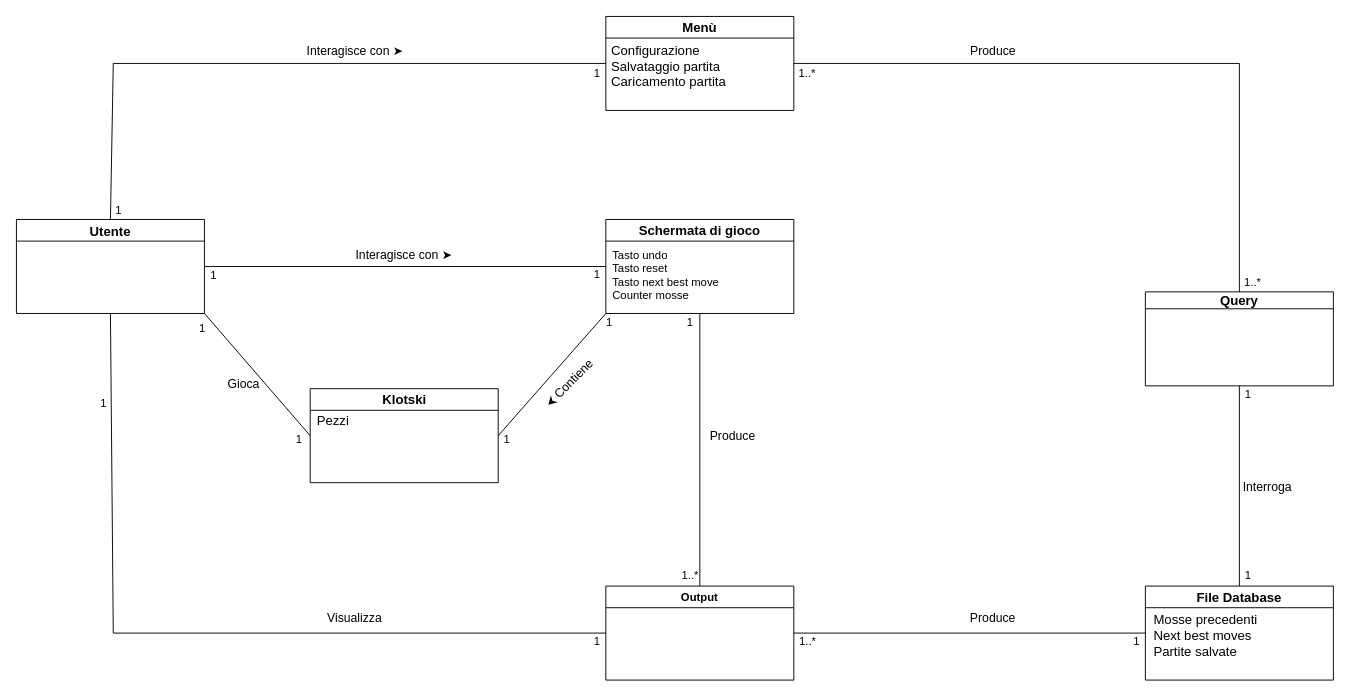
This is Domain Model.drawio from trikkeballakke/Test, a draw.io file, before an edit. Source tidied: cells renumbered, new cells numbered last; positions are measured from the earlier drawing's top-left corner, leaving out a move shared by most shapes. Both pictures are drawn from the tidied source at 94%, with x=0, y=0 at pixel (16, 16).
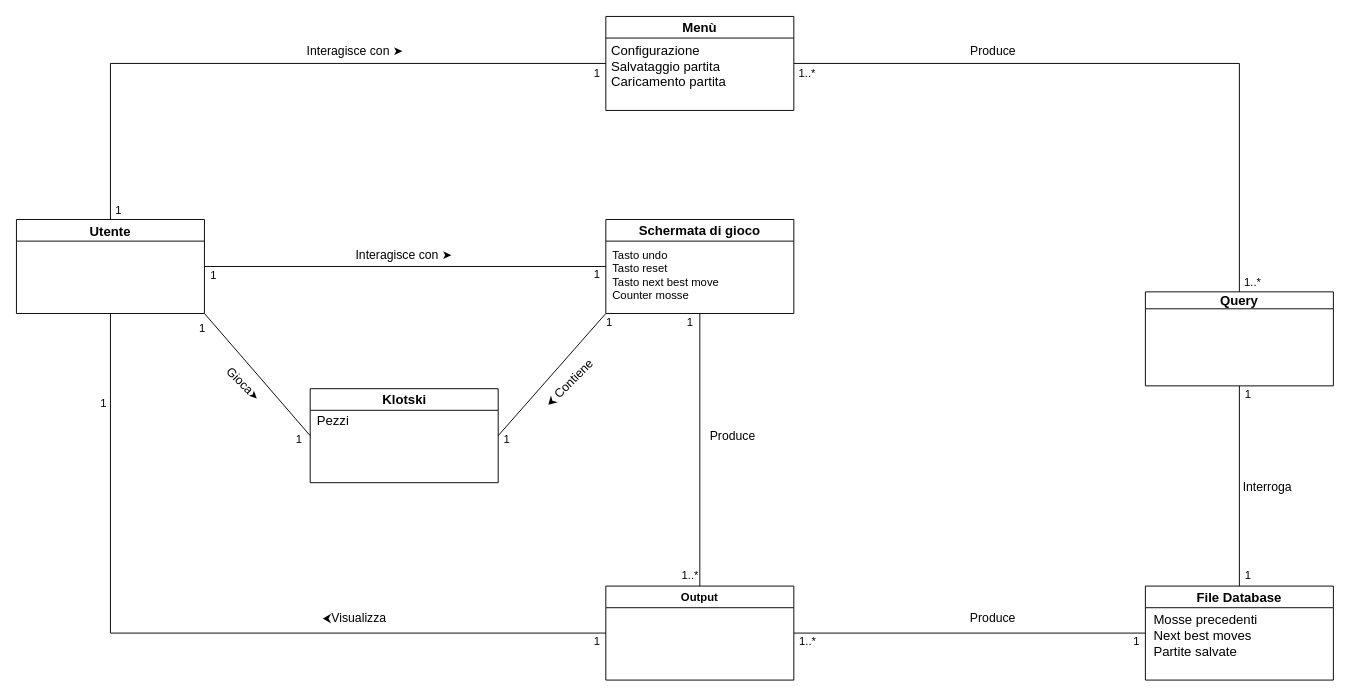
Above is the later version.

Unchanged cells that the change refers to:
```xml
<mxCell id="3" value="&lt;font style=&quot;font-size: 14px;&quot;&gt;Utente&lt;/font&gt;" style="swimlane;whiteSpace=wrap;html=1;fontSize=16;" parent="1" vertex="1">
  <mxGeometry y="216" width="200" height="100" as="geometry" />
</mxCell>
<mxCell id="5" value="&lt;font style=&quot;font-size: 14px;&quot;&gt;Menù&lt;/font&gt;" style="swimlane;whiteSpace=wrap;html=1;" parent="1" vertex="1">
  <mxGeometry x="627" width="200" height="100" as="geometry" />
</mxCell>
<mxCell id="12" value="Output" style="swimlane;whiteSpace=wrap;html=1;" parent="1" vertex="1">
  <mxGeometry x="627" y="606" width="200" height="100" as="geometry" />
</mxCell>
```

Change to the diagram source:
```diff
@@
     <mxCell id="7" style="endArrow=none;html=1;rounded=0;exitX=0.5;exitY=0;exitDx=0;exitDy=0;entryX=0;entryY=0.5;entryDx=0;entryDy=0;" parent="1" edge="1" source="3" target="5">
       <mxGeometry relative="1" as="geometry">
         <Array as="points">
-          <mxPoint x="103" y="50" />
+          <mxPoint x="100" y="50" />
         </Array>
       </mxGeometry>
     </mxCell>
@@
     <mxCell id="15" style="endArrow=none;html=1;rounded=0;entryX=0;entryY=0.5;entryDx=0;entryDy=0;exitX=0.5;exitY=1;exitDx=0;exitDy=0;" parent="1" edge="1" source="3" target="12">
       <mxGeometry relative="1" as="geometry">
         <Array as="points">
-          <mxPoint x="103" y="656" />
+          <mxPoint x="100" y="656" />
         </Array>
       </mxGeometry>
     </mxCell>
-    <mxCell id="16" value="&lt;font style=&quot;font-size: 13px;&quot;&gt;Visualizza&lt;/font&gt;" style="text;html=1;strokeColor=none;fillColor=none;align=center;verticalAlign=middle;whiteSpace=wrap;rounded=0;" parent="1" vertex="1">
+    <mxCell id="16" value="&lt;font style=&quot;font-size: 13px;&quot;&gt;⮜Visualizza&lt;/font&gt;" style="text;html=1;strokeColor=none;fillColor=none;align=center;verticalAlign=middle;whiteSpace=wrap;rounded=0;" parent="1" vertex="1">
       <mxGeometry x="330" y="625" width="60" height="30" as="geometry" />
     </mxCell>
@@
-    <mxCell id="40" value="&lt;font style=&quot;font-size: 13px;&quot;&gt;Gioca&lt;/font&gt;" style="text;html=1;strokeColor=none;fillColor=none;align=center;verticalAlign=middle;whiteSpace=wrap;rounded=0;" parent="1" vertex="1">
+    <mxCell id="40" value="&lt;font style=&quot;font-size: 13px;&quot;&gt;Gioca&lt;/font&gt;➤" style="text;html=1;strokeColor=none;fillColor=none;align=center;verticalAlign=middle;whiteSpace=wrap;rounded=0;rotation=45;" parent="1" vertex="1">
       <mxGeometry x="212" y="376" width="60" height="30" as="geometry" />
     </mxCell>
```
